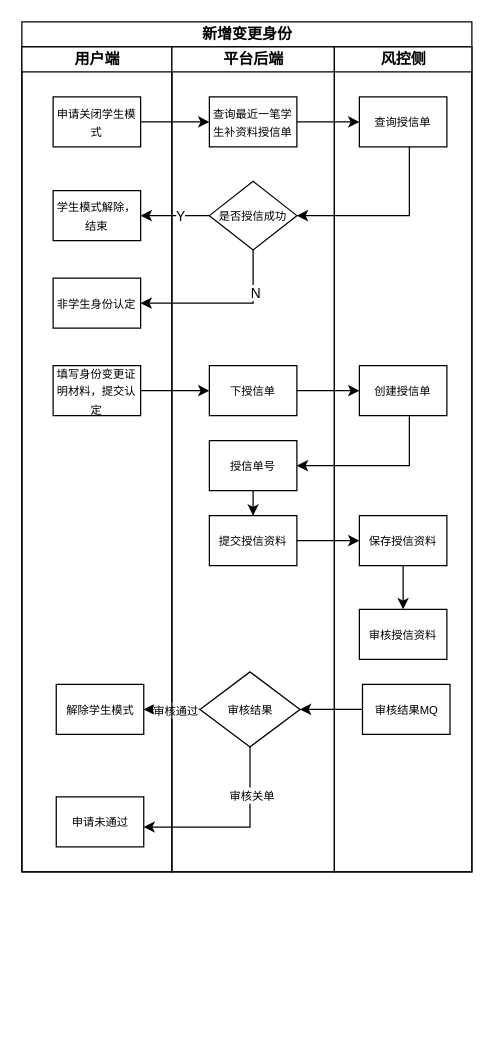
Above: page "Page-1" (1 of 3) of studentModle.drawio in CaoLimingECJTU/gitskills (draw.io), before the change. Source tidied: cells renumbered, new cells numbered last; positions are measured from the earlier drawing's top-left corner, leaving out a move shared by most shapes. Both pictures are drawn from the tidied source at 125%, with x=0, y=0 at pixel (21, 21).
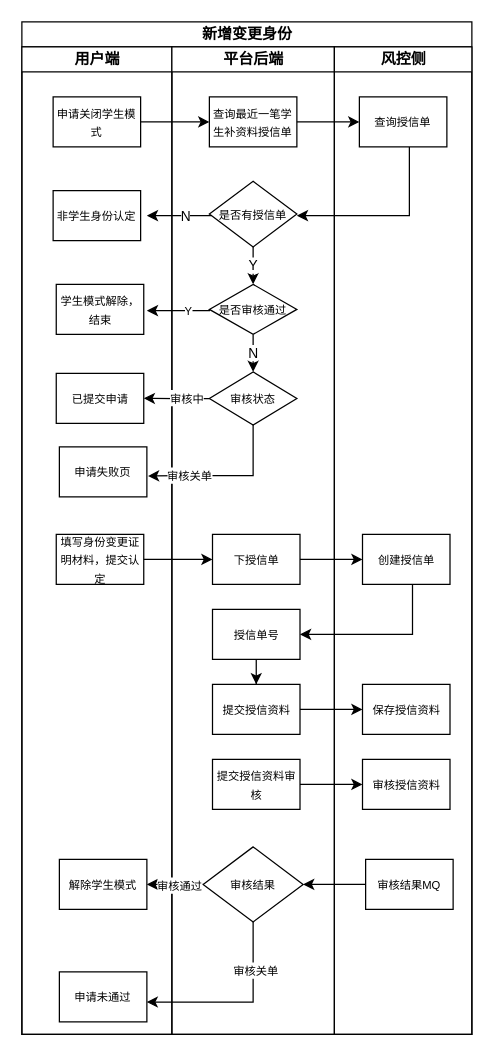
After the change.

Change to the diagram source:
```diff
@@
     <mxCell id="2" value="新增变更身份" style="swimlane;html=1;startSize=20;" parent="1" vertex="1">
-      <mxGeometry width="360" height="680" as="geometry" />
+      <mxGeometry width="360" height="810" as="geometry" />
     </mxCell>
     <mxCell id="3" value="用户端" style="swimlane;html=1;startSize=20;" parent="2" vertex="1">
-      <mxGeometry y="20" width="120" height="660" as="geometry" />
+      <mxGeometry y="20" width="120" height="790" as="geometry" />
     </mxCell>
@@
     <mxCell id="5" value="&lt;font style=&quot;font-size: 9px&quot;&gt;非学生身份认定&lt;/font&gt;" style="rounded=0;whiteSpace=wrap;html=1;" parent="3" vertex="1">
-      <mxGeometry x="25" y="185" width="70" height="40" as="geometry" />
+      <mxGeometry x="25" y="115" width="70" height="40" as="geometry" />
     </mxCell>
     <mxCell id="6" value="&lt;font style=&quot;font-size: 9px&quot;&gt;学生模式解除，结束&lt;/font&gt;" style="rounded=0;whiteSpace=wrap;html=1;" parent="3" vertex="1">
-      <mxGeometry x="25" y="115" width="70" height="40" as="geometry" />
+      <mxGeometry x="27.5" y="190" width="70" height="40" as="geometry" />
     </mxCell>
     <mxCell id="7" value="&lt;font style=&quot;font-size: 9px&quot;&gt;填写身份变更证明材料，提交认定&lt;/font&gt;" style="rounded=0;whiteSpace=wrap;html=1;" parent="3" vertex="1">
-      <mxGeometry x="25" y="255" width="70" height="40" as="geometry" />
+      <mxGeometry x="27.5" y="390" width="70" height="40" as="geometry" />
     </mxCell>
     <mxCell id="8" value="&lt;font style=&quot;font-size: 9px&quot;&gt;解除学生模式&lt;/font&gt;" style="rounded=0;whiteSpace=wrap;html=1;" parent="3" vertex="1">
-      <mxGeometry x="27.5" y="510" width="70" height="40" as="geometry" />
+      <mxGeometry x="30" y="650" width="70" height="40" as="geometry" />
     </mxCell>
     <mxCell id="9" value="&lt;font style=&quot;font-size: 9px&quot;&gt;申请未通过&lt;/font&gt;" style="rounded=0;whiteSpace=wrap;html=1;" parent="3" vertex="1">
-      <mxGeometry x="27.5" y="600" width="70" height="40" as="geometry" />
+      <mxGeometry x="30" y="740" width="70" height="40" as="geometry" />
     </mxCell>
-    <mxCell id="10" style="edgeStyle=orthogonalEdgeStyle;rounded=0;jettySize=auto;html=1;exitX=0;exitY=0.5;exitDx=0;exitDy=0;entryX=1;entryY=0.5;entryDx=0;entryDy=0;" parent="2" edge="1" source="22" target="8">
-      <mxGeometry relative="1" as="geometry">
-        <Array as="points">
-          <mxPoint x="132.5" y="550" />
-          <mxPoint x="132.5" y="550" />
-        </Array>
-      </mxGeometry>
-    </mxCell>
-    <mxCell id="11" value="&lt;font style=&quot;font-size: 9px&quot;&gt;审核通过&lt;/font&gt;" style="edgeLabel;html=1;align=center;verticalAlign=middle;" parent="10" vertex="1">
-      <mxGeometry x="0.3" y="-1" relative="1" as="geometry">
-        <mxPoint x="9.1" y="1" as="offset" />
-      </mxGeometry>
-    </mxCell>
-    <mxCell id="12" style="edgeStyle=orthogonalEdgeStyle;rounded=0;jettySize=auto;html=1;exitX=0.5;exitY=1;exitDx=0;exitDy=0;entryX=0.998;entryY=0.604;entryDx=0;entryDy=0;entryPerimeter=0;" parent="2" edge="1" source="22" target="9">
-      <mxGeometry relative="1" as="geometry" />
-    </mxCell>
-    <mxCell id="13" value="&lt;font style=&quot;font-size: 9px&quot;&gt;审核关单&lt;/font&gt;" style="edgeLabel;html=1;align=center;verticalAlign=middle;" parent="12" vertex="1">
-      <mxGeometry x="-0.49" y="1" relative="1" as="geometry" />
-    </mxCell>
-    <mxCell id="14" style="edgeStyle=orthogonalEdgeStyle;rounded=0;jettySize=auto;html=1;entryX=1;entryY=0.5;entryDx=0;entryDy=0;" parent="2" edge="1" source="28" target="22">
-      <mxGeometry relative="1" as="geometry" />
-    </mxCell>
+    <mxCell id="41" value="&lt;font style=&quot;font-size: 9px&quot;&gt;已提交申请&lt;/font&gt;" style="rounded=0;whiteSpace=wrap;html=1;" parent="3" vertex="1">
+      <mxGeometry x="27.5" y="261.2" width="70" height="40" as="geometry" />
+    </mxCell>
+    <mxCell id="42" value="&lt;font style=&quot;font-size: 9px&quot;&gt;申请失败页&lt;/font&gt;" style="rounded=0;whiteSpace=wrap;html=1;" parent="3" vertex="1">
+      <mxGeometry x="30" y="320" width="70" height="40" as="geometry" />
+    </mxCell>
+    <mxCell id="38" style="edgeStyle=orthogonalEdgeStyle;rounded=0;jettySize=auto;html=1;exitX=1;exitY=0.5;exitDx=0;exitDy=0;entryX=0;entryY=0.5;entryDx=0;entryDy=0;" parent="2" edge="1" source="21" target="27">
+      <mxGeometry relative="1" as="geometry" />
+    </mxCell>
+    <mxCell id="37" style="edgeStyle=orthogonalEdgeStyle;rounded=0;jettySize=auto;html=1;entryX=1;entryY=0.5;entryDx=0;entryDy=0;" parent="2" edge="1" source="25" target="20">
+      <mxGeometry relative="1" as="geometry">
+        <Array as="points">
+          <mxPoint x="312.5" y="490" />
+        </Array>
+      </mxGeometry>
+    </mxCell>
+    <mxCell id="36" style="edgeStyle=orthogonalEdgeStyle;rounded=0;jettySize=auto;html=1;entryX=0;entryY=0.5;entryDx=0;entryDy=0;" parent="2" edge="1" source="18" target="25">
+      <mxGeometry relative="1" as="geometry" />
+    </mxCell>
+    <mxCell id="35" style="edgeStyle=orthogonalEdgeStyle;rounded=0;jettySize=auto;html=1;entryX=0;entryY=0.5;entryDx=0;entryDy=0;" parent="2" edge="1" source="7" target="18">
+      <mxGeometry relative="1" as="geometry" />
+    </mxCell>
     <mxCell id="15" value="平台后端" style="swimlane;html=1;startSize=20;" parent="2" vertex="1">
-      <mxGeometry x="120" y="20" width="130" height="660" as="geometry" />
+      <mxGeometry x="120" y="20" width="130" height="790" as="geometry" />
     </mxCell>
@@
-    <mxCell id="17" value="&lt;font style=&quot;font-size: 9px&quot;&gt;是否授信成功&lt;/font&gt;" style="rhombus;whiteSpace=wrap;html=1;strokeWidth=1;" parent="15" vertex="1">
-      <mxGeometry x="30" y="107.5" width="70" height="55" as="geometry" />
+    <mxCell id="17" value="&lt;font style=&quot;font-size: 9px&quot;&gt;是否有授信单&lt;/font&gt;" style="rhombus;whiteSpace=wrap;html=1;strokeWidth=1;" parent="15" vertex="1">
+      <mxGeometry x="30" y="107.5" width="70" height="52.5" as="geometry" />
     </mxCell>
     <mxCell id="18" value="&lt;font style=&quot;font-size: 9px&quot;&gt;下授信单&lt;/font&gt;" style="rounded=0;whiteSpace=wrap;html=1;" parent="15" vertex="1">
-      <mxGeometry x="30" y="255" width="70" height="40" as="geometry" />
+      <mxGeometry x="32.5" y="390" width="70" height="40" as="geometry" />
     </mxCell>
@@
     <mxCell id="20" value="&lt;font style=&quot;font-size: 9px&quot;&gt;授信单号&lt;/font&gt;" style="rounded=0;whiteSpace=wrap;html=1;" parent="15" vertex="1">
-      <mxGeometry x="30" y="315" width="70" height="40" as="geometry" />
+      <mxGeometry x="32.5" y="450" width="70" height="40" as="geometry" />
     </mxCell>
     <mxCell id="21" value="&lt;font style=&quot;font-size: 9px&quot;&gt;提交授信资料&lt;/font&gt;" style="rounded=0;whiteSpace=wrap;html=1;" parent="15" vertex="1">
-      <mxGeometry x="30" y="375" width="70" height="40" as="geometry" />
+      <mxGeometry x="32.5" y="510" width="70" height="40" as="geometry" />
     </mxCell>
     <mxCell id="22" value="&lt;font style=&quot;font-size: 9px&quot;&gt;审核结果&lt;/font&gt;" style="rhombus;whiteSpace=wrap;html=1;strokeWidth=1;" parent="15" vertex="1">
-      <mxGeometry x="22.5" y="500" width="80" height="60" as="geometry" />
+      <mxGeometry x="25" y="640" width="80" height="60" as="geometry" />
     </mxCell>
+    <mxCell id="43" value="&lt;font style=&quot;font-size: 9px&quot;&gt;提交授信资料审核&lt;/font&gt;" style="rounded=0;whiteSpace=wrap;html=1;" parent="15" vertex="1">
+      <mxGeometry x="32.5" y="570" width="70" height="40" as="geometry" />
+    </mxCell>
+    <mxCell id="34" value="N" style="edgeStyle=orthogonalEdgeStyle;rounded=0;jettySize=auto;html=1;entryX=0.5;entryY=0;entryDx=0;entryDy=0;" parent="15" edge="1" source="44" target="46">
+      <mxGeometry relative="1" as="geometry" />
+    </mxCell>
+    <mxCell id="44" value="&lt;font style=&quot;font-size: 9px&quot;&gt;是否审核通过&lt;/font&gt;" style="rhombus;whiteSpace=wrap;html=1;strokeWidth=1;" parent="15" vertex="1">
+      <mxGeometry x="30" y="190" width="70" height="40" as="geometry" />
+    </mxCell>
+    <mxCell id="45" value="Y" style="edgeStyle=orthogonalEdgeStyle;rounded=0;jettySize=auto;html=1;exitX=0.5;exitY=1;exitDx=0;exitDy=0;entryX=0.5;entryY=0;entryDx=0;entryDy=0;" parent="15" edge="1" source="17" target="44">
+      <mxGeometry relative="1" as="geometry" />
+    </mxCell>
+    <mxCell id="46" value="&lt;font style=&quot;font-size: 9px&quot;&gt;审核状态&lt;/font&gt;" style="rhombus;whiteSpace=wrap;html=1;strokeWidth=1;" parent="15" vertex="1">
+      <mxGeometry x="30" y="260" width="70" height="42.5" as="geometry" />
+    </mxCell>
+    <mxCell id="12" style="edgeStyle=orthogonalEdgeStyle;rounded=0;jettySize=auto;html=1;exitX=0.5;exitY=1;exitDx=0;exitDy=0;entryX=0.998;entryY=0.604;entryDx=0;entryDy=0;entryPerimeter=0;" parent="2" edge="1" source="22" target="9">
+      <mxGeometry relative="1" as="geometry" />
+    </mxCell>
+    <mxCell id="13" value="&lt;font style=&quot;font-size: 9px&quot;&gt;审核关单&lt;/font&gt;" style="edgeLabel;html=1;align=center;verticalAlign=middle;" parent="12" vertex="1">
+      <mxGeometry x="-0.49" y="1" relative="1" as="geometry" />
+    </mxCell>
+    <mxCell id="10" style="edgeStyle=orthogonalEdgeStyle;rounded=0;jettySize=auto;html=1;exitX=0;exitY=0.5;exitDx=0;exitDy=0;entryX=1;entryY=0.5;entryDx=0;entryDy=0;" parent="2" edge="1" source="22" target="8">
+      <mxGeometry relative="1" as="geometry">
+        <Array as="points">
+          <mxPoint x="135" y="690" />
+          <mxPoint x="135" y="690" />
+        </Array>
+      </mxGeometry>
+    </mxCell>
+    <mxCell id="11" value="&lt;font style=&quot;font-size: 9px&quot;&gt;审核通过&lt;/font&gt;" style="edgeLabel;html=1;align=center;verticalAlign=middle;" parent="10" vertex="1">
+      <mxGeometry x="0.3" y="-1" relative="1" as="geometry">
+        <mxPoint x="9.1" y="1" as="offset" />
+      </mxGeometry>
+    </mxCell>
+    <mxCell id="14" style="edgeStyle=orthogonalEdgeStyle;rounded=0;jettySize=auto;html=1;entryX=1;entryY=0.5;entryDx=0;entryDy=0;" parent="2" edge="1" source="28" target="22">
+      <mxGeometry relative="1" as="geometry" />
+    </mxCell>
+    <mxCell id="47" style="edgeStyle=orthogonalEdgeStyle;rounded=0;jettySize=auto;html=1;entryX=0;entryY=0.5;entryDx=0;entryDy=0;" parent="2" edge="1" source="43" target="29">
+      <mxGeometry relative="1" as="geometry" />
+    </mxCell>
     <mxCell id="23" value="风控侧" style="swimlane;html=1;startSize=20;strokeWidth=1;" parent="2" vertex="1">
-      <mxGeometry x="250" y="20" width="110" height="660" as="geometry" />
+      <mxGeometry x="250" y="20" width="110" height="790" as="geometry" />
     </mxCell>
@@
     <mxCell id="25" value="&lt;font style=&quot;font-size: 9px&quot;&gt;创建授信单&lt;/font&gt;" style="rounded=0;whiteSpace=wrap;html=1;" parent="23" vertex="1">
-      <mxGeometry x="20" y="255" width="70" height="40" as="geometry" />
+      <mxGeometry x="22.5" y="390" width="70" height="40" as="geometry" />
     </mxCell>
-    <mxCell id="26" style="edgeStyle=orthogonalEdgeStyle;rounded=0;jettySize=auto;html=1;entryX=0.5;entryY=0;entryDx=0;entryDy=0;" parent="23" edge="1" source="27" target="29">
-      <mxGeometry relative="1" as="geometry" />
-    </mxCell>
     <mxCell id="27" value="&lt;font style=&quot;font-size: 9px&quot;&gt;保存授信资料&lt;/font&gt;" style="rounded=0;whiteSpace=wrap;html=1;" parent="23" vertex="1">
-      <mxGeometry x="20" y="375" width="70" height="40" as="geometry" />
+      <mxGeometry x="22.5" y="510" width="70" height="40" as="geometry" />
     </mxCell>
     <mxCell id="28" value="&lt;font style=&quot;font-size: 9px&quot;&gt;审核结果MQ&lt;/font&gt;" style="rounded=0;whiteSpace=wrap;html=1;" parent="23" vertex="1">
-      <mxGeometry x="22.5" y="510" width="70" height="40" as="geometry" />
+      <mxGeometry x="25" y="650" width="70" height="40" as="geometry" />
     </mxCell>
     <mxCell id="29" value="&lt;font style=&quot;font-size: 9px&quot;&gt;审核授信资料&lt;/font&gt;" style="rounded=0;whiteSpace=wrap;html=1;" parent="23" vertex="1">
-      <mxGeometry x="20" y="450" width="70" height="40" as="geometry" />
+      <mxGeometry x="22.5" y="570" width="70" height="40" as="geometry" />
     </mxCell>
@@
-    <mxCell id="33" style="edgeStyle=orthogonalEdgeStyle;rounded=0;jettySize=auto;html=1;entryX=1;entryY=0.5;entryDx=0;entryDy=0;" parent="2" edge="1" source="17" target="5">
-      <mxGeometry relative="1" as="geometry">
-        <Array as="points">
-          <mxPoint x="185" y="225" />
-        </Array>
-      </mxGeometry>
-    </mxCell>
-    <mxCell id="34" value="N" style="edgeLabel;html=1;align=center;verticalAlign=middle;" parent="33" vertex="1">
-      <mxGeometry x="-0.48" y="1" relative="1" as="geometry" />
-    </mxCell>
-    <mxCell id="35" style="edgeStyle=orthogonalEdgeStyle;rounded=0;jettySize=auto;html=1;entryX=0;entryY=0.5;entryDx=0;entryDy=0;" parent="2" edge="1" source="7" target="18">
-      <mxGeometry relative="1" as="geometry" />
-    </mxCell>
-    <mxCell id="36" style="edgeStyle=orthogonalEdgeStyle;rounded=0;jettySize=auto;html=1;entryX=0;entryY=0.5;entryDx=0;entryDy=0;" parent="2" edge="1" source="18" target="25">
-      <mxGeometry relative="1" as="geometry" />
-    </mxCell>
-    <mxCell id="37" style="edgeStyle=orthogonalEdgeStyle;rounded=0;jettySize=auto;html=1;entryX=1;entryY=0.5;entryDx=0;entryDy=0;" parent="2" edge="1" source="25" target="20">
-      <mxGeometry relative="1" as="geometry">
-        <Array as="points">
-          <mxPoint x="310" y="355" />
-        </Array>
-      </mxGeometry>
-    </mxCell>
-    <mxCell id="38" style="edgeStyle=orthogonalEdgeStyle;rounded=0;jettySize=auto;html=1;exitX=1;exitY=0.5;exitDx=0;exitDy=0;entryX=0;entryY=0.5;entryDx=0;entryDy=0;" parent="2" edge="1" source="21" target="27">
-      <mxGeometry relative="1" as="geometry" />
-    </mxCell>
-    <mxCell id="39" style="edgeStyle=orthogonalEdgeStyle;rounded=0;jettySize=auto;html=1;entryX=1;entryY=0.5;entryDx=0;entryDy=0;" parent="2" edge="1" source="17" target="6">
+    <mxCell id="39" style="edgeStyle=orthogonalEdgeStyle;rounded=0;jettySize=auto;html=1;" parent="2" edge="1" source="17">
       <mxGeometry relative="1" as="geometry">
+        <mxPoint x="100" y="155" as="targetPoint" />
         <Array as="points">
           <mxPoint x="140" y="155" />
           <mxPoint x="140" y="155" />
         </Array>
       </mxGeometry>
     </mxCell>
-    <mxCell id="40" value="Y" style="edgeLabel;html=1;align=center;verticalAlign=middle;" parent="39" vertex="1">
+    <mxCell id="40" value="N" style="edgeLabel;html=1;align=center;verticalAlign=middle;" parent="39" vertex="1">
       <mxGeometry x="0.75" relative="1" as="geometry">
         <mxPoint x="24" as="offset" />
       </mxGeometry>
     </mxCell>
+    <mxCell id="48" style="edgeStyle=orthogonalEdgeStyle;rounded=0;jettySize=auto;html=1;exitX=0;exitY=0.5;exitDx=0;exitDy=0;" parent="2" edge="1" source="44">
+      <mxGeometry relative="1" as="geometry">
+        <mxPoint x="100" y="231" as="targetPoint" />
+        <Array as="points">
+          <mxPoint x="100" y="231" />
+        </Array>
+      </mxGeometry>
+    </mxCell>
+    <mxCell id="49" value="&lt;font style=&quot;font-size: 9px&quot;&gt;Y&lt;/font&gt;" style="edgeLabel;html=1;align=center;verticalAlign=middle;" parent="48" vertex="1">
+      <mxGeometry x="-0.19" y="-1" relative="1" as="geometry">
+        <mxPoint x="2" as="offset" />
+      </mxGeometry>
+    </mxCell>
+    <mxCell id="50" style="edgeStyle=orthogonalEdgeStyle;rounded=0;jettySize=auto;html=1;entryX=1.013;entryY=0.583;entryDx=0;entryDy=0;entryPerimeter=0;" parent="2" edge="1" source="46" target="42">
+      <mxGeometry relative="1" as="geometry">
+        <Array as="points">
+          <mxPoint x="185" y="363" />
+          <mxPoint x="125" y="363" />
+        </Array>
+      </mxGeometry>
+    </mxCell>
+    <mxCell id="51" value="&lt;font style=&quot;font-size: 9px&quot;&gt;审核关单&lt;/font&gt;" style="edgeLabel;html=1;align=center;verticalAlign=middle;" parent="50" vertex="1">
+      <mxGeometry x="0.47" y="-1" relative="1" as="geometry" />
+    </mxCell>
+    <mxCell id="52" style="edgeStyle=orthogonalEdgeStyle;rounded=0;jettySize=auto;html=1;" parent="2" edge="1" source="46" target="41">
+      <mxGeometry relative="1" as="geometry" />
+    </mxCell>
+    <mxCell id="53" value="&lt;font style=&quot;font-size: 9px&quot;&gt;审核中&lt;/font&gt;" style="edgeLabel;html=1;align=center;verticalAlign=middle;" parent="52" vertex="1">
+      <mxGeometry x="-0.29" y="-1" relative="1" as="geometry" />
+    </mxCell>
```
